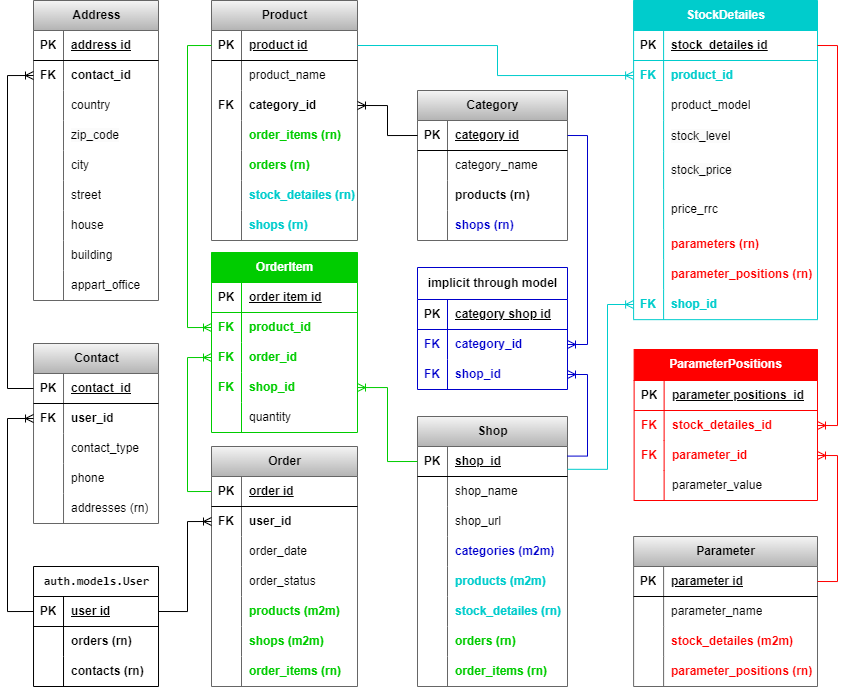
Before: db_structure.png, a diagram exported from draw.io (femarko/Netology_diplproject). Source tidied: cells renumbered, new cells last; positions are measured from the earlier drawing's top-left corner, leaving out a move shared by most shapes.
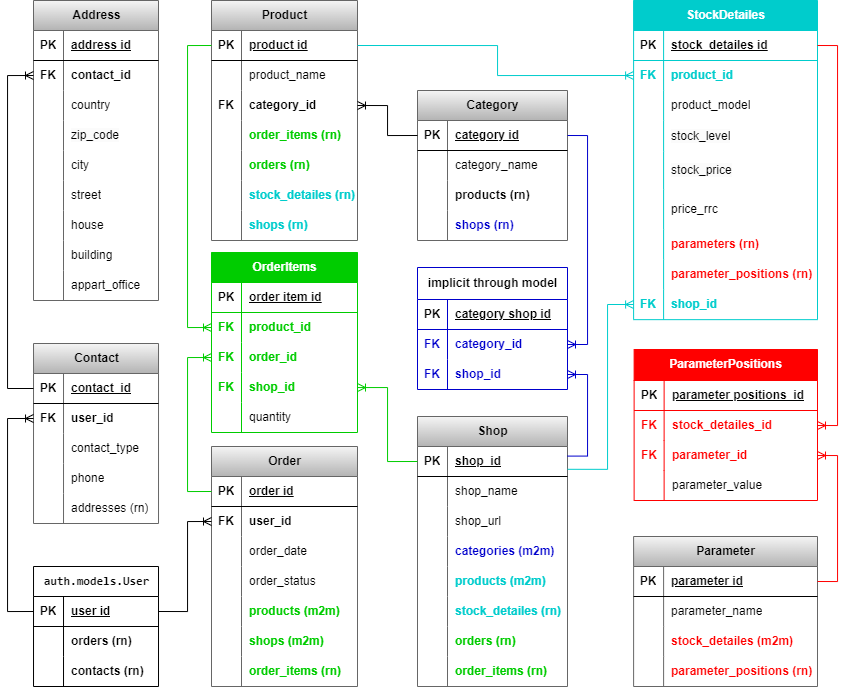
Later version of the same file.

The edit, as a diff of the source:
```diff
@@ -257,7 +257,7 @@
     <mxCell id="86" value="&lt;b&gt;&lt;font color=&quot;#00cc00&quot;&gt;order_items (rn)&lt;/font&gt;&lt;/b&gt;" style="shape=partialRectangle;fillColor=none;top=0;left=0;bottom=0;right=0;align=left;spacingLeft=6;overflow=hidden;whiteSpace=wrap;html=1;fontStyle=1;" parent="84" vertex="1">
       <mxGeometry x="30" width="116" height="30" as="geometry" />
     </mxCell>
-    <mxCell id="87" value="OrderItem" style="shape=table;startSize=30;rowLines=0;fontStyle=1;align=center;html=1;fillColor=#00CC00;strokeColor=#00CC00;fontColor=#ffffff;" parent="1" vertex="1">
+    <mxCell id="87" value="OrderItems" style="shape=table;startSize=30;rowLines=0;fontStyle=1;align=center;html=1;fillColor=#00CC00;strokeColor=#00CC00;fontColor=#ffffff;" parent="1" vertex="1">
       <mxGeometry x="257" y="252" width="146" height="180" as="geometry" />
     </mxCell>
     <mxCell id="88" style="shape=tableRow;horizontal=0;startSize=0;swimlaneHead=0;swimlaneBody=0;fillColor=none;top=0;left=0;right=0;bottom=1;strokeColor=#00CC00;" parent="87" vertex="1">
```
